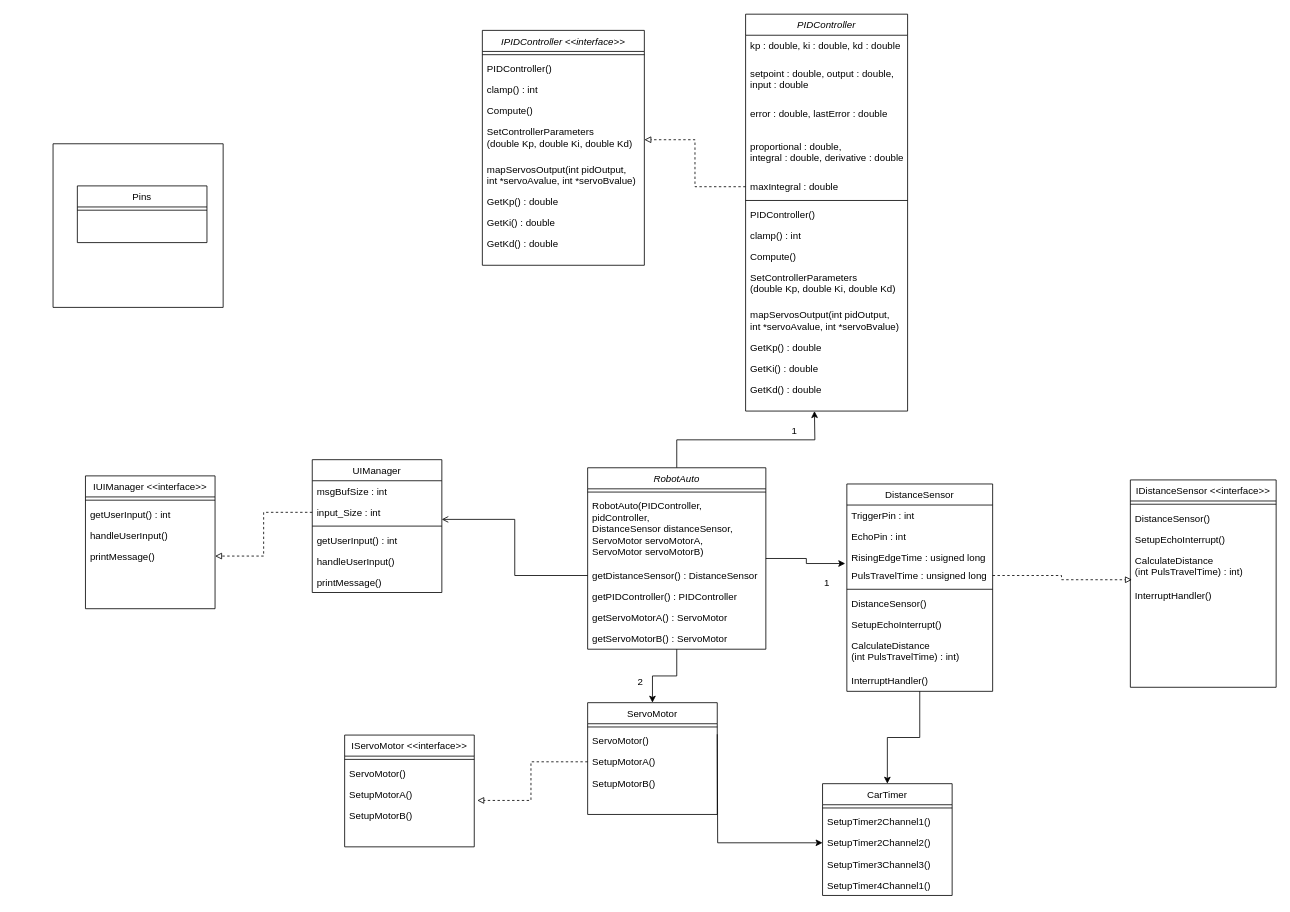
Earlier version of the draw.io diagram Embedded systems/Closed loop challenge/Closed Loop abstractielaag klassendiagram.drawio (TiemonS/Tiemon-Steeghs-Semester-3-Repository). Source tidied: cells renumbered, new cells numbered last; positions are measured from the earlier drawing's top-left corner, leaving out a move shared by most shapes. Both pictures are drawn from the tidied source at 81%, with x=0, y=0 at pixel (53, 14).
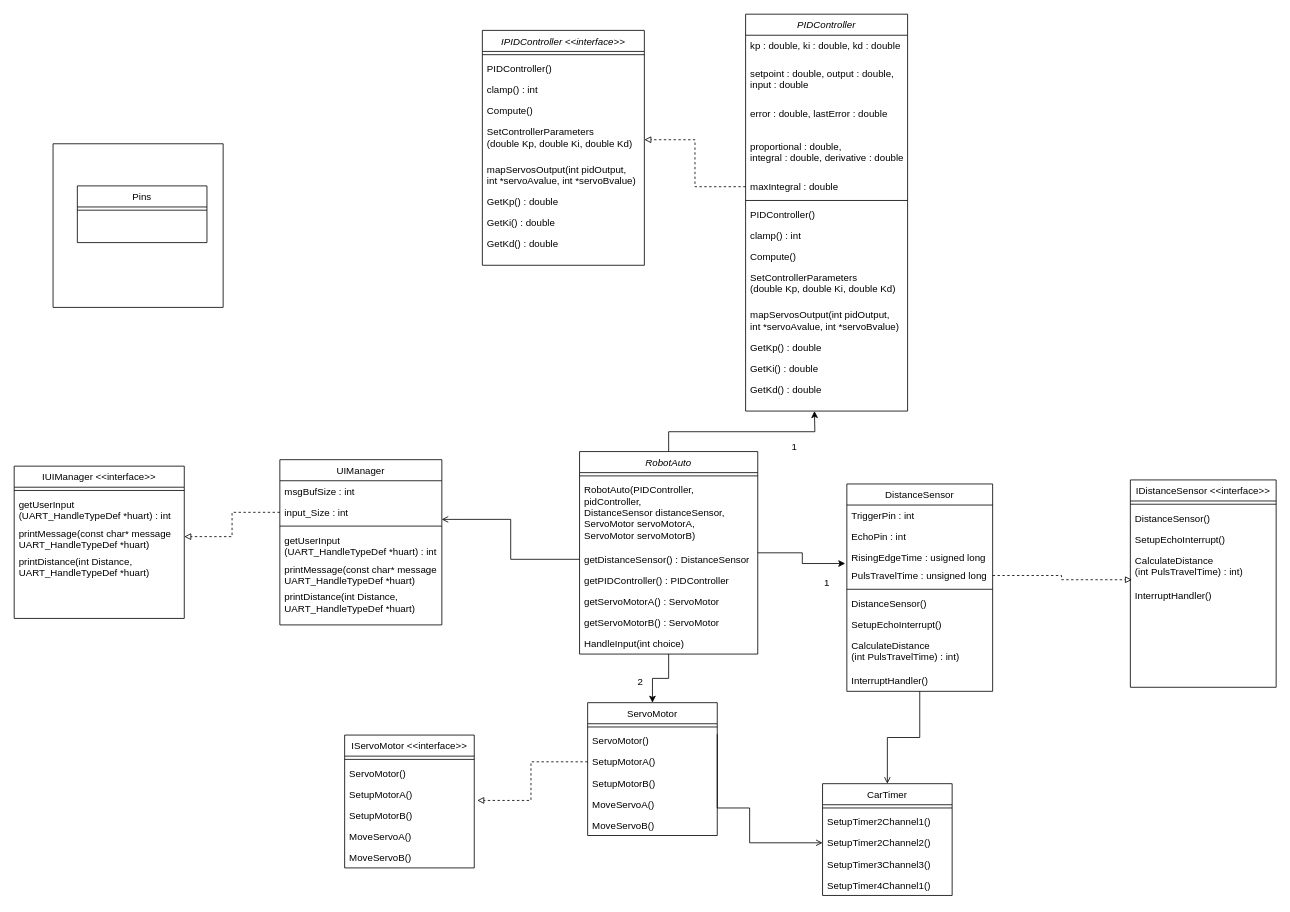
The same page after the edit.

The change refers to these unchanged cells:
```xml
<mxCell id="22" value="CarTimer" style="swimlane;fontStyle=0;align=center;verticalAlign=top;horizontal=1;startSize=26;rounded=0;shadow=0;strokeWidth=1;" parent="1" vertex="1">
  <mxGeometry x="950" y="950" width="160" height="138" as="geometry" />
</mxCell>
<mxCell id="25" value="SetupTimer2Channel2()" style="text;align=left;verticalAlign=top;spacingLeft=4;spacingRight=4;overflow=hidden;points=[[0,0.5],[1,0.5]];portConstraint=eastwest;" parent="22" vertex="1">
  <mxGeometry y="60" width="160" height="26" as="geometry" />
</mxCell>
<mxCell id="29" value="DistanceSensor" style="swimlane;fontStyle=0;align=center;verticalAlign=top;horizontal=1;startSize=26;rounded=0;shadow=0;strokeWidth=1;" parent="1" vertex="1">
  <mxGeometry x="980" y="580" width="180" height="256" as="geometry" />
</mxCell>
```

What changed in the source:
```diff
@@
     <mxCell id="17" value="ServoMotor" style="swimlane;fontStyle=0;align=center;verticalAlign=top;horizontal=1;startSize=26;rounded=0;shadow=0;strokeWidth=1;" parent="1" vertex="1">
-      <mxGeometry x="660" y="850" width="160" height="138" as="geometry" />
+      <mxGeometry x="660" y="850" width="160" height="164" as="geometry" />
     </mxCell>
@@
+    <mxCell id="94" value="MoveServoA()" style="text;align=left;verticalAlign=top;spacingLeft=4;spacingRight=4;overflow=hidden;" parent="17" vertex="1">
+      <mxGeometry y="112" width="160" height="26" as="geometry" />
+    </mxCell>
+    <mxCell id="95" value="MoveServoB()" style="text;align=left;verticalAlign=top;spacingLeft=4;spacingRight=4;overflow=hidden;" parent="17" vertex="1">
+      <mxGeometry y="138" width="160" height="26" as="geometry" />
+    </mxCell>
@@
-    <mxCell id="28" style="edgeStyle=orthogonalEdgeStyle;rounded=0;jettySize=auto;html=1;entryX=0.5;entryY=0;entryDx=0;entryDy=0;" parent="1" edge="1" source="29" target="22">
+    <mxCell id="28" style="edgeStyle=orthogonalEdgeStyle;rounded=0;jettySize=auto;html=1;entryX=0.5;entryY=0;entryDx=0;entryDy=0;endArrow=open;endFill=0;" parent="1" edge="1" source="29" target="22">
       <mxGeometry relative="1" as="geometry" />
     </mxCell>
@@
-    <mxCell id="39" style="edgeStyle=orthogonalEdgeStyle;rounded=0;jettySize=auto;html=1;exitX=1;exitY=0.5;exitDx=0;exitDy=0;entryX=0;entryY=0.5;entryDx=0;entryDy=0;" parent="1" edge="1" target="25">
+    <mxCell id="39" style="edgeStyle=orthogonalEdgeStyle;rounded=0;jettySize=auto;html=1;exitX=1;exitY=0.5;exitDx=0;exitDy=0;entryX=0;entryY=0.5;entryDx=0;entryDy=0;endArrow=open;endFill=0;" parent="1" edge="1" target="25">
       <mxGeometry relative="1" as="geometry">
         <mxPoint x="820" y="889" as="sourcePoint" />
+        <Array as="points">
+          <mxPoint x="820" y="980" />
+          <mxPoint x="860" y="980" />
+          <mxPoint x="860" y="1023" />
+        </Array>
       </mxGeometry>
     </mxCell>
     <mxCell id="40" value="UIManager" style="swimlane;fontStyle=0;align=center;verticalAlign=top;horizontal=1;startSize=26;rounded=0;shadow=0;strokeWidth=1;" parent="1" vertex="1">
-      <mxGeometry x="320" y="550" width="160" height="164" as="geometry" />
+      <mxGeometry x="280" y="550" width="200" height="204" as="geometry" />
     </mxCell>
     <mxCell id="41" value="msgBufSize : int" style="text;align=left;verticalAlign=top;spacingLeft=4;spacingRight=4;overflow=hidden;" parent="40" vertex="1">
-      <mxGeometry y="26" width="160" height="26" as="geometry" />
+      <mxGeometry y="26" width="200" height="26" as="geometry" />
     </mxCell>
     <mxCell id="42" value="input_Size : int" style="text;align=left;verticalAlign=top;spacingLeft=4;spacingRight=4;overflow=hidden;points=[[0,0.5],[1,0.5]];portConstraint=eastwest;rounded=0;shadow=0;html=0;" parent="40" vertex="1">
-      <mxGeometry y="52" width="160" height="26" as="geometry" />
+      <mxGeometry y="52" width="200" height="26" as="geometry" />
     </mxCell>
     <mxCell id="43" style="line;html=1;strokeWidth=1;align=left;verticalAlign=middle;spacingTop=-1;spacingLeft=3;spacingRight=3;labelPosition=right;" parent="40" vertex="1">
-      <mxGeometry y="78" width="160" height="8" as="geometry" />
+      <mxGeometry y="78" width="200" height="8" as="geometry" />
     </mxCell>
-    <mxCell id="44" value="getUserInput() : int" style="text;align=left;verticalAlign=top;spacingLeft=4;spacingRight=4;overflow=hidden;fontStyle=0;" parent="40" vertex="1">
-      <mxGeometry y="86" width="160" height="26" as="geometry" />
-    </mxCell>
-    <mxCell id="45" value="handleUserInput()" style="text;align=left;verticalAlign=top;spacingLeft=4;spacingRight=4;overflow=hidden;" parent="40" vertex="1">
-      <mxGeometry y="112" width="160" height="26" as="geometry" />
-    </mxCell>
-    <mxCell id="46" value="printMessage()" style="text;align=left;verticalAlign=top;spacingLeft=4;spacingRight=4;overflow=hidden;" parent="40" vertex="1">
-      <mxGeometry y="138" width="160" height="26" as="geometry" />
-    </mxCell>
+    <mxCell id="96" value="getUserInput&#10;(UART_HandleTypeDef *huart) : int" style="text;align=left;verticalAlign=top;spacingLeft=4;spacingRight=4;overflow=hidden;fontStyle=0;" parent="40" vertex="1">
+      <mxGeometry y="86" width="200" height="36" as="geometry" />
+    </mxCell>
+    <mxCell id="97" value="printMessage(const char* message&#10;UART_HandleTypeDef *huart)" style="text;align=left;verticalAlign=top;spacingLeft=4;spacingRight=4;overflow=hidden;" parent="40" vertex="1">
+      <mxGeometry y="122" width="200" height="34" as="geometry" />
+    </mxCell>
+    <mxCell id="98" value="printDistance(int Distance,&#10;UART_HandleTypeDef *huart)" style="text;align=left;verticalAlign=top;spacingLeft=4;spacingRight=4;overflow=hidden;" parent="40" vertex="1">
+      <mxGeometry y="156" width="200" height="48" as="geometry" />
+    </mxCell>
@@
     <mxCell id="49" value="RobotAuto" style="swimlane;fontStyle=2;align=center;verticalAlign=top;horizontal=1;startSize=26;rounded=0;shadow=0;strokeWidth=1;" parent="1" vertex="1">
-      <mxGeometry x="660" y="560" width="220" height="224" as="geometry" />
+      <mxGeometry x="650" y="540" width="220" height="250" as="geometry" />
     </mxCell>
@@
+    <mxCell id="99" value="HandleInput(int choice)" style="text;align=left;verticalAlign=top;spacingLeft=4;spacingRight=4;overflow=hidden;fontStyle=0;" parent="49" vertex="1">
+      <mxGeometry y="224" width="220" height="26" as="geometry" />
+    </mxCell>
@@
     <mxCell id="59" value="1" style="text;html=1;align=center;verticalAlign=middle;strokeColor=none;fillColor=none;" parent="1" vertex="1">
-      <mxGeometry x="900" y="500" width="30" height="30" as="geometry" />
+      <mxGeometry x="900" y="520" width="30" height="30" as="geometry" />
     </mxCell>
     <mxCell id="60" value="IUIManager &lt;&lt;interface&gt;&gt;" style="swimlane;fontStyle=0;align=center;verticalAlign=top;horizontal=1;startSize=26;rounded=0;shadow=0;strokeWidth=1;" parent="1" vertex="1">
-      <mxGeometry x="40" y="570" width="160" height="164" as="geometry" />
+      <mxGeometry x="-48" y="558" width="210" height="188" as="geometry" />
     </mxCell>
     <mxCell id="61" style="line;html=1;strokeWidth=1;align=left;verticalAlign=middle;spacingTop=-1;spacingLeft=3;spacingRight=3;labelPosition=right;" parent="60" vertex="1">
-      <mxGeometry y="26" width="160" height="8" as="geometry" />
+      <mxGeometry y="26" width="210" height="8" as="geometry" />
     </mxCell>
-    <mxCell id="62" value="getUserInput() : int" style="text;align=left;verticalAlign=top;spacingLeft=4;spacingRight=4;overflow=hidden;fontStyle=0;" parent="60" vertex="1">
-      <mxGeometry y="34" width="160" height="26" as="geometry" />
+    <mxCell id="62" value="getUserInput&#10;(UART_HandleTypeDef *huart) : int" style="text;align=left;verticalAlign=top;spacingLeft=4;spacingRight=4;overflow=hidden;fontStyle=0;" parent="60" vertex="1">
+      <mxGeometry y="34" width="210" height="36" as="geometry" />
     </mxCell>
-    <mxCell id="63" value="handleUserInput()" style="text;align=left;verticalAlign=top;spacingLeft=4;spacingRight=4;overflow=hidden;" parent="60" vertex="1">
-      <mxGeometry y="60" width="160" height="26" as="geometry" />
-    </mxCell>
-    <mxCell id="64" value="printMessage()" style="text;align=left;verticalAlign=top;spacingLeft=4;spacingRight=4;overflow=hidden;points=[[0,0.5],[1,0.5]];portConstraint=eastwest;" parent="60" vertex="1">
-      <mxGeometry y="86" width="160" height="26" as="geometry" />
+    <mxCell id="64" value="printMessage(const char* message&#10;UART_HandleTypeDef *huart)" style="text;align=left;verticalAlign=top;spacingLeft=4;spacingRight=4;overflow=hidden;points=[[0,0.5],[1,0.5]];portConstraint=eastwest;" parent="60" vertex="1">
+      <mxGeometry y="70" width="210" height="34" as="geometry" />
     </mxCell>
+    <mxCell id="100" value="printDistance(int Distance,&#10;UART_HandleTypeDef *huart)" style="text;align=left;verticalAlign=top;spacingLeft=4;spacingRight=4;overflow=hidden;" parent="60" vertex="1">
+      <mxGeometry y="104" width="210" height="48" as="geometry" />
+    </mxCell>
@@
     <mxCell id="77" value="IServoMotor &lt;&lt;interface&gt;&gt;" style="swimlane;fontStyle=0;align=center;verticalAlign=top;horizontal=1;startSize=26;rounded=0;shadow=0;strokeWidth=1;" parent="1" vertex="1">
-      <mxGeometry x="360" y="890" width="160" height="138" as="geometry" />
+      <mxGeometry x="360" y="890" width="160" height="164" as="geometry" />
     </mxCell>
@@
+    <mxCell id="101" value="MoveServoA()" style="text;align=left;verticalAlign=top;spacingLeft=4;spacingRight=4;overflow=hidden;" parent="77" vertex="1">
+      <mxGeometry y="112" width="160" height="26" as="geometry" />
+    </mxCell>
+    <mxCell id="102" value="MoveServoB()" style="text;align=left;verticalAlign=top;spacingLeft=4;spacingRight=4;overflow=hidden;" parent="77" vertex="1">
+      <mxGeometry y="138" width="160" height="26" as="geometry" />
+    </mxCell>
```
